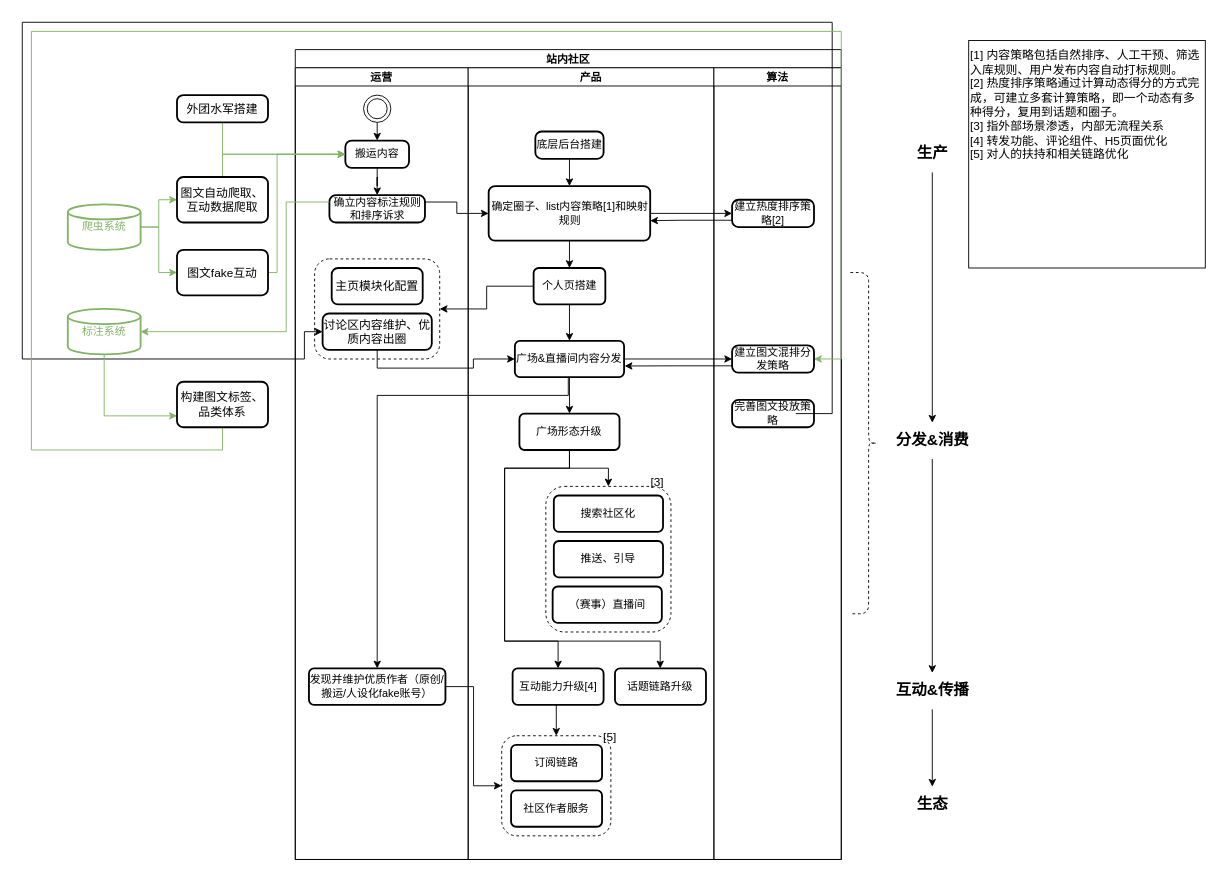
Above: huya_community_workflow.drawio in GraceYongqi/huya_design (draw.io), before the change. Source tidied: cells renumbered, new cells numbered last; positions are measured from the earlier drawing's top-left corner, leaving out a move shared by most shapes. Both pictures are drawn from the tidied source at 91%, with x=0, y=0 at pixel (22, 22).
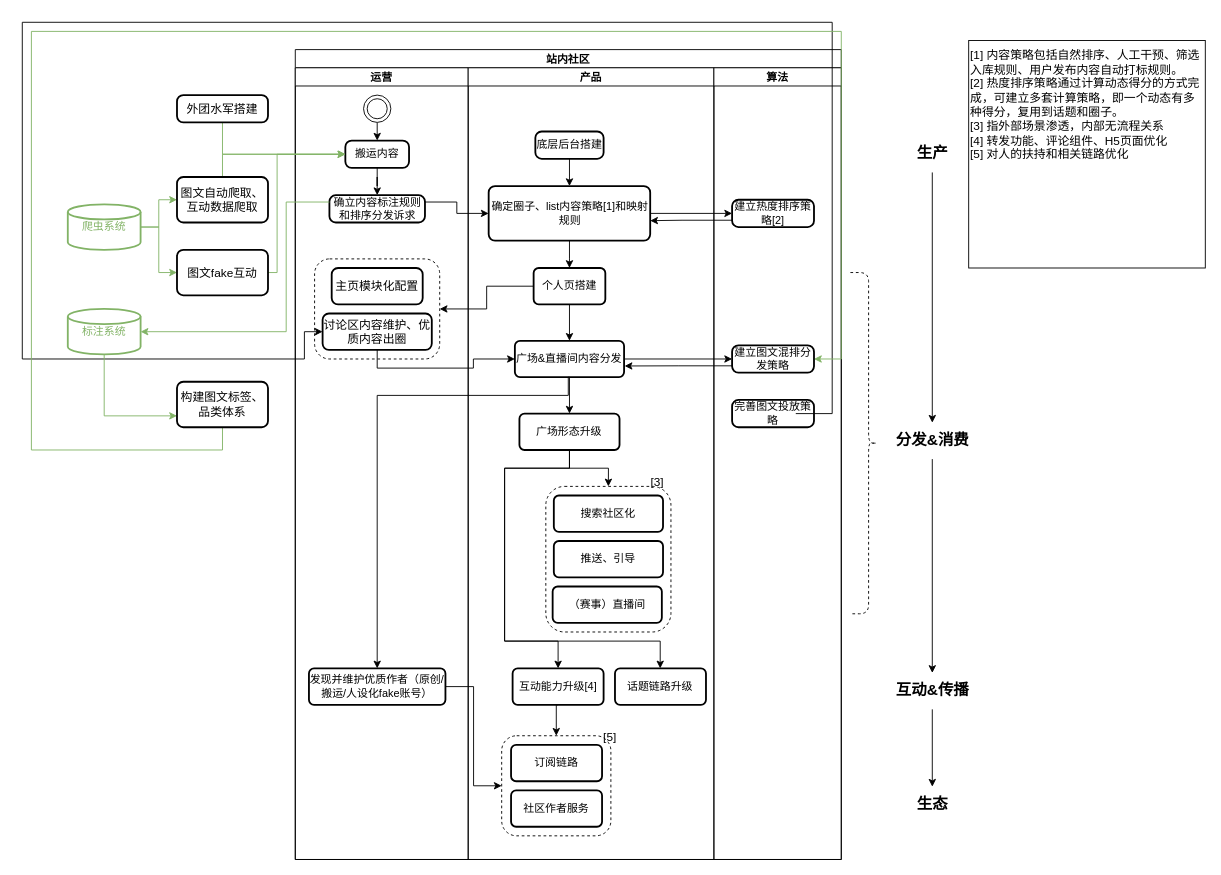
The same page after the edit.

The change refers to these unchanged cells:
```xml
<mxCell id="3" value="运营" style="swimlane;startSize=20;" parent="2" vertex="1">
  <mxGeometry y="20" width="190" height="870" as="geometry" />
</mxCell>
```

Change to the diagram source:
```diff
@@
-    <mxCell id="8" value="确立内容标注规则和排序诉求" style="rounded=1;whiteSpace=wrap;html=1;absoluteArcSize=1;arcSize=14;strokeWidth=2;" parent="3" vertex="1">
+    <mxCell id="8" value="确立内容标注规则和排序分发诉求" style="rounded=1;whiteSpace=wrap;html=1;absoluteArcSize=1;arcSize=14;strokeWidth=2;" parent="3" vertex="1">
       <mxGeometry x="37.5" y="140" width="105" height="30" as="geometry" />
     </mxCell>
```
